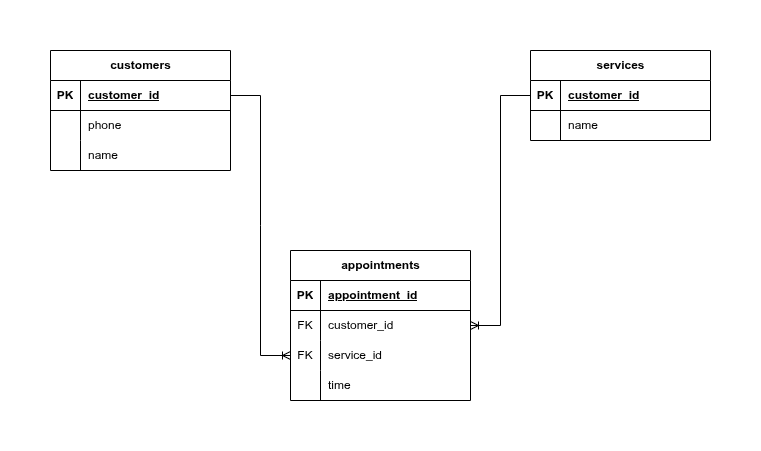
This is SalonAppointmentScheduler/SalonAppointmentSchedulerERD.drawio.png from MekhzZ/RelationalDatabaseFreeCodeCamp, a draw.io export, as it was before one commit. Source tidied: cells renumbered, new cells last; positions are measured from the earlier drawing's top-left corner, leaving out a move shared by most shapes.
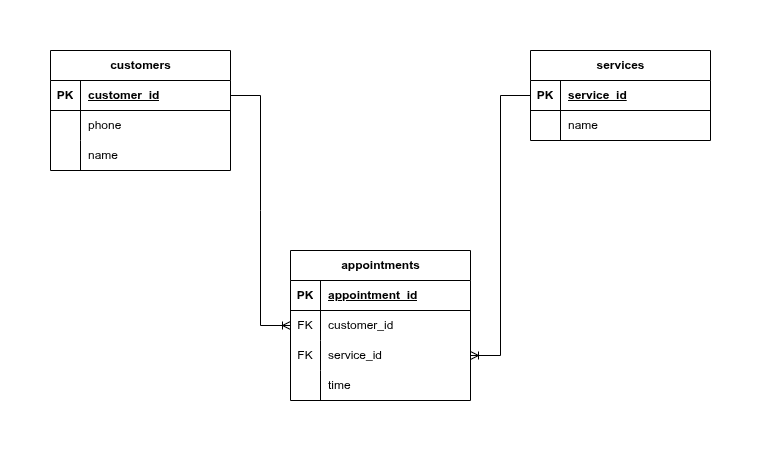
The same file after the commit.

Change to the diagram source:
```diff
@@ -41,7 +41,7 @@
     <mxCell id="14" value="PK" style="shape=partialRectangle;fillColor=none;top=0;left=0;bottom=0;right=0;fontStyle=1;overflow=hidden;whiteSpace=wrap;html=1;" parent="13" vertex="1">
       <mxGeometry width="30" height="30" as="geometry" />
     </mxCell>
-    <mxCell id="15" value="customer_id" style="shape=partialRectangle;fillColor=none;top=0;left=0;bottom=0;right=0;align=left;spacingLeft=6;fontStyle=5;overflow=hidden;whiteSpace=wrap;html=1;" parent="13" vertex="1">
+    <mxCell id="15" value="service_id" style="shape=partialRectangle;fillColor=none;top=0;left=0;bottom=0;right=0;align=left;spacingLeft=6;fontStyle=5;overflow=hidden;whiteSpace=wrap;html=1;" parent="13" vertex="1">
       <mxGeometry x="30" width="150" height="30" as="geometry" />
     </mxCell>
     <mxCell id="16" style="shape=tableRow;horizontal=0;startSize=0;swimlaneHead=0;swimlaneBody=0;fillColor=none;top=0;left=0;right=0;bottom=0;" parent="12" vertex="1">
@@ -92,7 +92,7 @@
     <mxCell id="31" value="time" style="shape=partialRectangle;fillColor=none;top=0;left=0;bottom=0;right=0;align=left;spacingLeft=6;overflow=hidden;whiteSpace=wrap;html=1;" parent="29" vertex="1">
       <mxGeometry x="30" width="150" height="30" as="geometry" />
     </mxCell>
-    <mxCell id="32" style="edgeStyle=entityRelationEdgeStyle;fontSize=12;html=1;endArrow=ERoneToMany;rounded=0;exitX=1;exitY=0.5;exitDx=0;exitDy=0;entryX=0;entryY=0.5;entryDx=0;entryDy=0;" parent="1" edge="1" source="3" target="26">
+    <mxCell id="32" style="edgeStyle=entityRelationEdgeStyle;fontSize=12;html=1;endArrow=ERoneToMany;rounded=0;exitX=1;exitY=0.5;exitDx=0;exitDy=0;entryX=0;entryY=0.5;entryDx=0;entryDy=0;" parent="1" edge="1" source="3" target="23">
       <mxGeometry relative="1" as="geometry">
         <Array as="points">
           <mxPoint x="220" y="40" />
@@ -101,7 +101,7 @@
         </Array>
       </mxGeometry>
     </mxCell>
-    <mxCell id="33" style="edgeStyle=entityRelationEdgeStyle;fontSize=12;html=1;endArrow=ERoneToMany;rounded=0;exitX=0;exitY=0.5;exitDx=0;exitDy=0;entryX=1;entryY=0.5;entryDx=0;entryDy=0;" parent="1" edge="1" source="13" target="23">
+    <mxCell id="33" style="edgeStyle=entityRelationEdgeStyle;fontSize=12;html=1;endArrow=ERoneToMany;rounded=0;exitX=0;exitY=0.5;exitDx=0;exitDy=0;entryX=1;entryY=0.5;entryDx=0;entryDy=0;" parent="1" edge="1" source="13" target="26">
       <mxGeometry relative="1" as="geometry">
         <Array as="points">
           <mxPoint x="500" y="65" />
```
